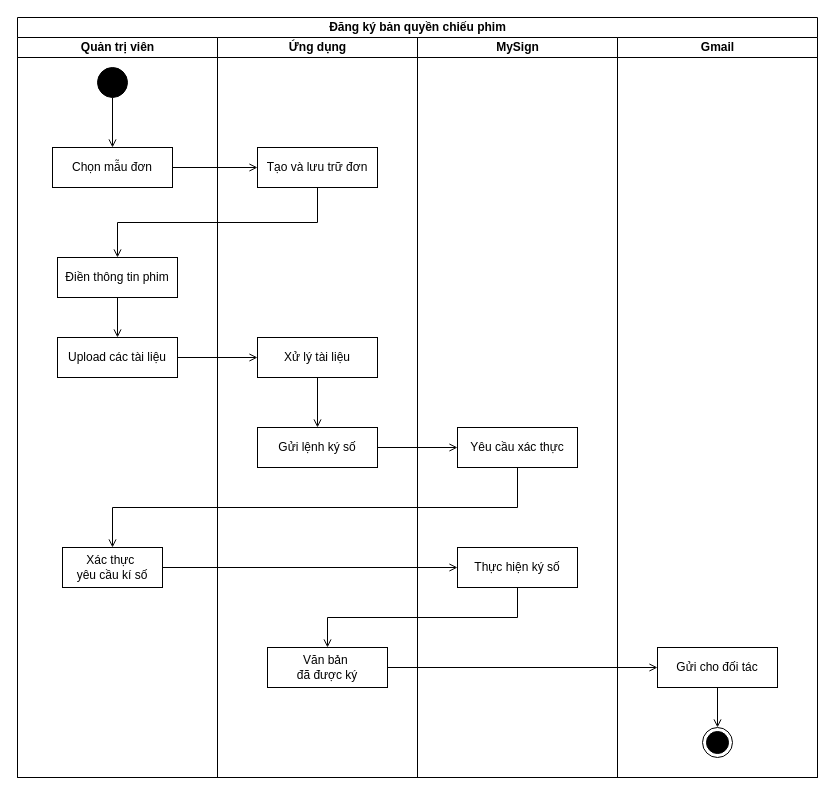
Before: Activity Diagram/UC Quản lí hợp tác/xml/Gửi-Yêu-Cầu-Hợp-Tác.drawio in dvhAoU1374/IT3120-PTTKHT, a draw.io diagram. Source tidied: cells renumbered, new cells numbered last; positions are measured from the earlier drawing's top-left corner, leaving out a move shared by most shapes. Both pictures are drawn from the tidied source at 100%, with x=0, y=0 at pixel (17, 17).
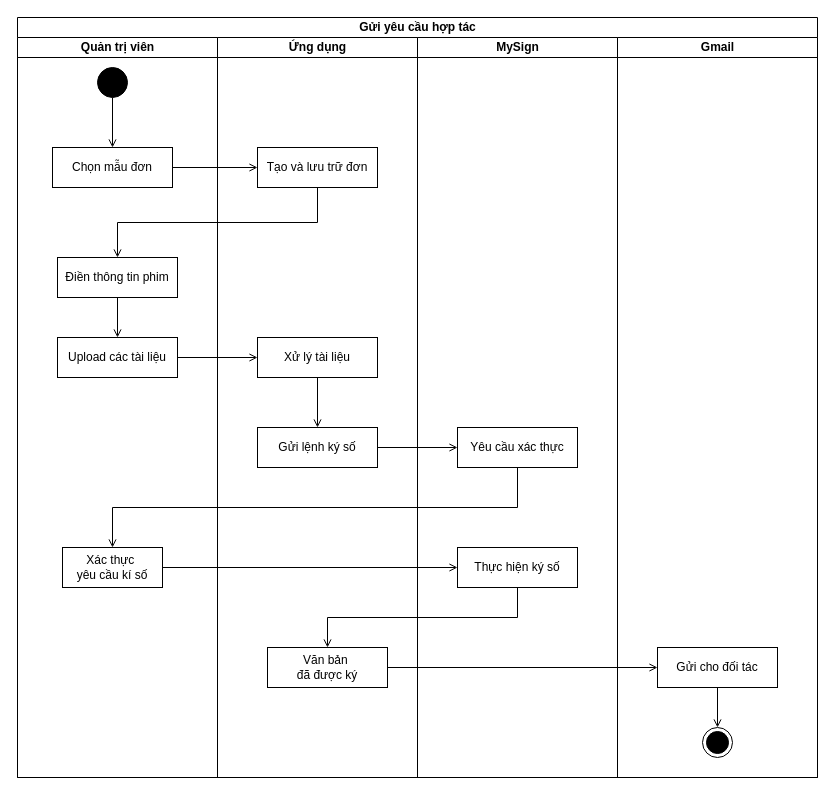
The same diagram, later.

What changed in the source:
```diff
@@
-    <mxCell id="2" value="Đăng ký bản quyền chiếu phim" style="swimlane;startSize=20;html=1;" parent="1" vertex="1">
+    <mxCell id="2" value="Gửi yêu cầu hợp tác" style="swimlane;startSize=20;html=1;" parent="1" vertex="1">
       <mxGeometry width="800" height="760" as="geometry" />
     </mxCell>
```
